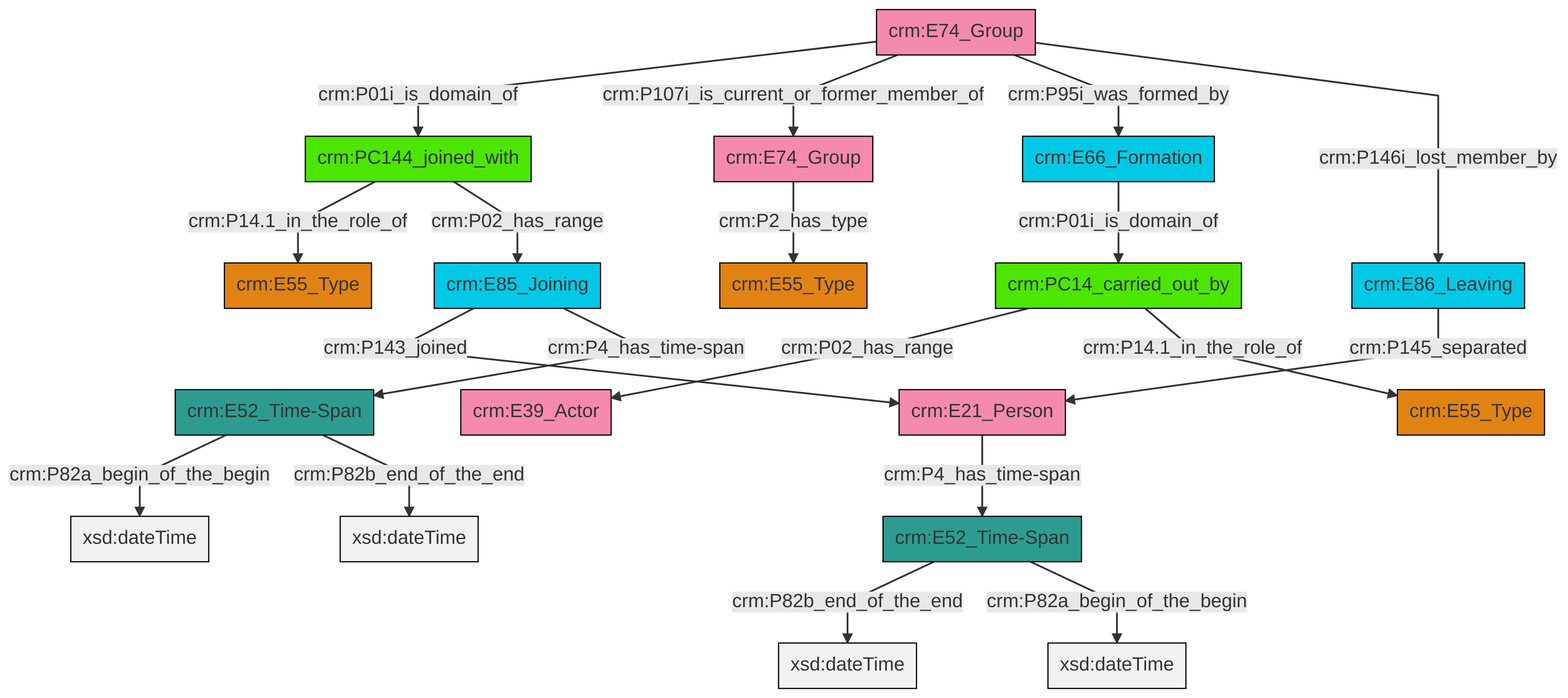
Earlier version of the Mermaid export et/groupCSV/ttl/mmd/png/group_actor_relations.png (swiss-art-research-net/docs.swissartresearch). Its source is kept beside it as et/groupCSV/ttl/mmd/group_actor_relations.ttl.mmd.
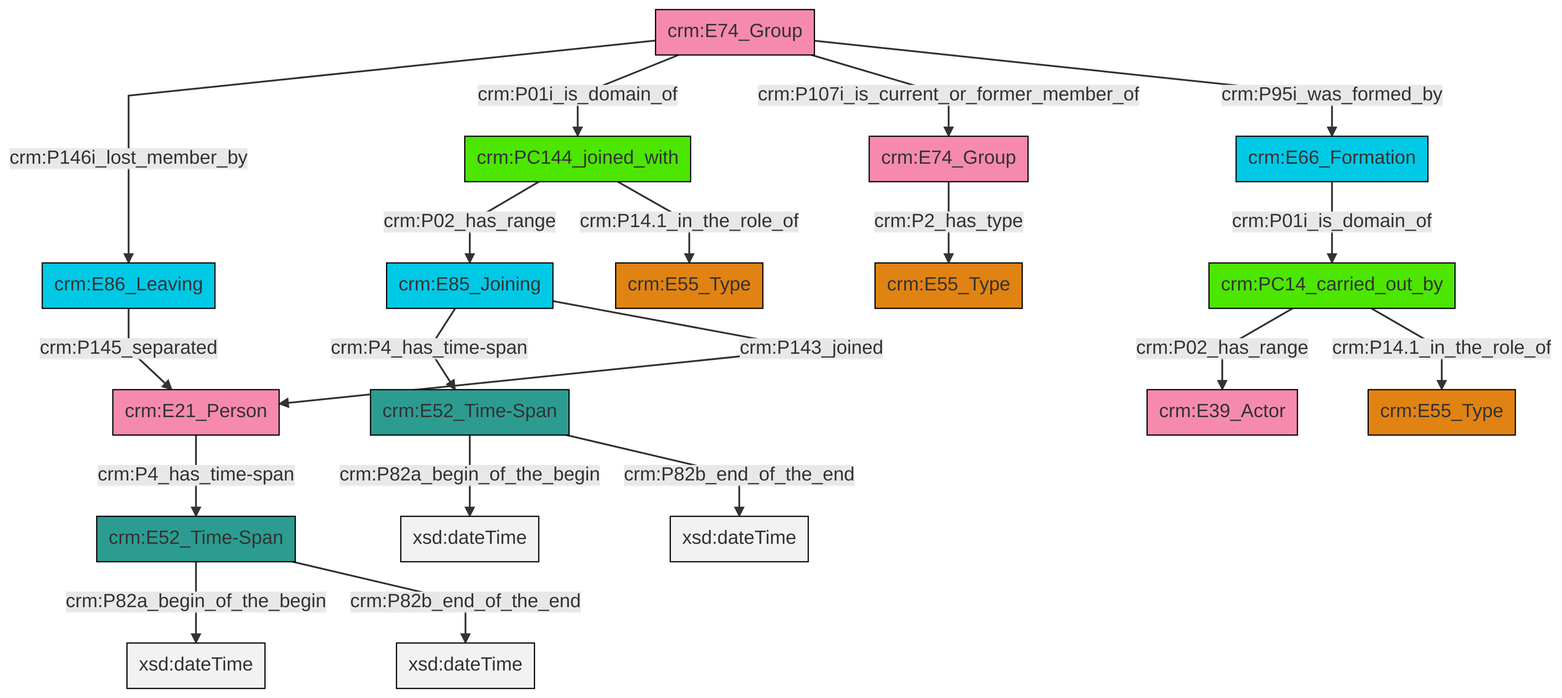
Later version of the same file.

The edit, as a diff of the source:
```diff
@@ -13,21 +13,21 @@
 classDef PC_Classes fill:#4ce600, stroke:#000000;
 classDef Multi fill:#cccccc,stroke:#000000;
 
-2["crm:E52_Time-Span"]:::Time-Span -->|crm:P82b_end_of_the_end| 3[xsd:dateTime]:::Literal
-4["crm:PC14_carried_out_by"]:::PC_Classes -->|crm:P02_has_range| 5["crm:E39_Actor"]:::Actor
-6["crm:E52_Time-Span"]:::Time-Span -->|crm:P82a_begin_of_the_begin| 7[xsd:dateTime]:::Literal
-8["crm:E21_Person"]:::Actor -->|crm:P4_has_time-span| 2["crm:E52_Time-Span"]:::Time-Span
-10["crm:E85_Joining"]:::Temporal_Entity -->|crm:P143_joined| 8["crm:E21_Person"]:::Actor
-12["crm:E74_Group"]:::Actor -->|crm:P01i_is_domain_of| 13["crm:PC144_joined_with"]:::PC_Classes
-14["crm:E74_Group"]:::Actor -->|crm:P2_has_type| 15["crm:E55_Type"]:::Type
-6["crm:E52_Time-Span"]:::Time-Span -->|crm:P82b_end_of_the_end| 18[xsd:dateTime]:::Literal
-2["crm:E52_Time-Span"]:::Time-Span -->|crm:P82a_begin_of_the_begin| 21[xsd:dateTime]:::Literal
-12["crm:E74_Group"]:::Actor -->|crm:P107i_is_current_or_former_member_of| 14["crm:E74_Group"]:::Actor
-12["crm:E74_Group"]:::Actor -->|crm:P95i_was_formed_by| 25["crm:E66_Formation"]:::Temporal_Entity
-13["crm:PC144_joined_with"]:::PC_Classes -->|crm:P14.1_in_the_role_of| 0["crm:E55_Type"]:::Type
-16["crm:E86_Leaving"]:::Temporal_Entity -->|crm:P145_separated| 8["crm:E21_Person"]:::Actor
-25["crm:E66_Formation"]:::Temporal_Entity -->|crm:P01i_is_domain_of| 4["crm:PC14_carried_out_by"]:::PC_Classes
-12["crm:E74_Group"]:::Actor -->|crm:P146i_lost_member_by| 16["crm:E86_Leaving"]:::Temporal_Entity
-10["crm:E85_Joining"]:::Temporal_Entity -->|crm:P4_has_time-span| 6["crm:E52_Time-Span"]:::Time-Span
-13["crm:PC144_joined_with"]:::PC_Classes -->|crm:P02_has_range| 10["crm:E85_Joining"]:::Temporal_Entity
-4["crm:PC14_carried_out_by"]:::PC_Classes -->|crm:P14.1_in_the_role_of| 19["crm:E55_Type"]:::Type
+0["crm:E52_Time-Span"]:::Time-Span -->|crm:P82a_begin_of_the_begin| 1[xsd:dateTime]:::Literal
+6["crm:PC144_joined_with"]:::PC_Classes -->|crm:P02_has_range| 7["crm:E85_Joining"]:::Temporal_Entity
+8["crm:E74_Group"]:::Actor -->|crm:P146i_lost_member_by| 9["crm:E86_Leaving"]:::Temporal_Entity
+9["crm:E86_Leaving"]:::Temporal_Entity -->|crm:P145_separated| 10["crm:E21_Person"]:::Actor
+11["crm:PC14_carried_out_by"]:::PC_Classes -->|crm:P02_has_range| 12["crm:E39_Actor"]:::Actor
+11["crm:PC14_carried_out_by"]:::PC_Classes -->|crm:P14.1_in_the_role_of| 13["crm:E55_Type"]:::Type
+16["crm:E52_Time-Span"]:::Time-Span -->|crm:P82a_begin_of_the_begin| 17[xsd:dateTime]:::Literal
+10["crm:E21_Person"]:::Actor -->|crm:P4_has_time-span| 0["crm:E52_Time-Span"]:::Time-Span
+7["crm:E85_Joining"]:::Temporal_Entity -->|crm:P4_has_time-span| 16["crm:E52_Time-Span"]:::Time-Span
+7["crm:E85_Joining"]:::Temporal_Entity -->|crm:P143_joined| 10["crm:E21_Person"]:::Actor
+0["crm:E52_Time-Span"]:::Time-Span -->|crm:P82b_end_of_the_end| 22[xsd:dateTime]:::Literal
+16["crm:E52_Time-Span"]:::Time-Span -->|crm:P82b_end_of_the_end| 26[xsd:dateTime]:::Literal
+2["crm:E74_Group"]:::Actor -->|crm:P2_has_type| 14["crm:E55_Type"]:::Type
+8["crm:E74_Group"]:::Actor -->|crm:P01i_is_domain_of| 6["crm:PC144_joined_with"]:::PC_Classes
+8["crm:E74_Group"]:::Actor -->|crm:P107i_is_current_or_former_member_of| 2["crm:E74_Group"]:::Actor
+4["crm:E66_Formation"]:::Temporal_Entity -->|crm:P01i_is_domain_of| 11["crm:PC14_carried_out_by"]:::PC_Classes
+8["crm:E74_Group"]:::Actor -->|crm:P95i_was_formed_by| 4["crm:E66_Formation"]:::Temporal_Entity
+6["crm:PC144_joined_with"]:::PC_Classes -->|crm:P14.1_in_the_role_of| 23["crm:E55_Type"]:::Type
```
